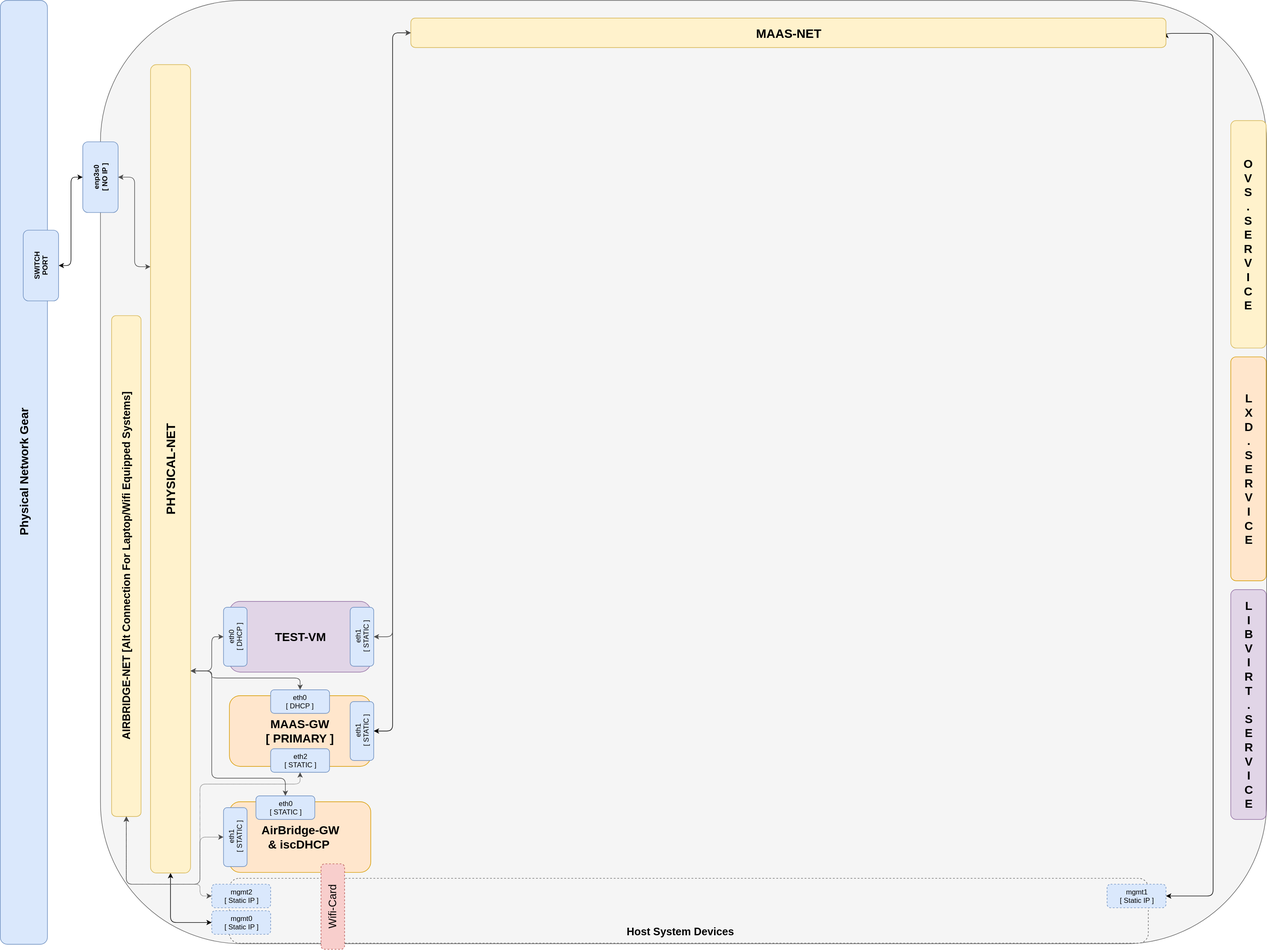
Before: 4_KVM_On_Open_vSwitch/web/drawio/kvm-on-open-vswitch.svg, a diagram exported from draw.io (KathrynMorgan/mini-stack). Source tidied: cells renumbered, new cells last; positions are measured from the earlier drawing's top-left corner, leaving out a move shared by most shapes.
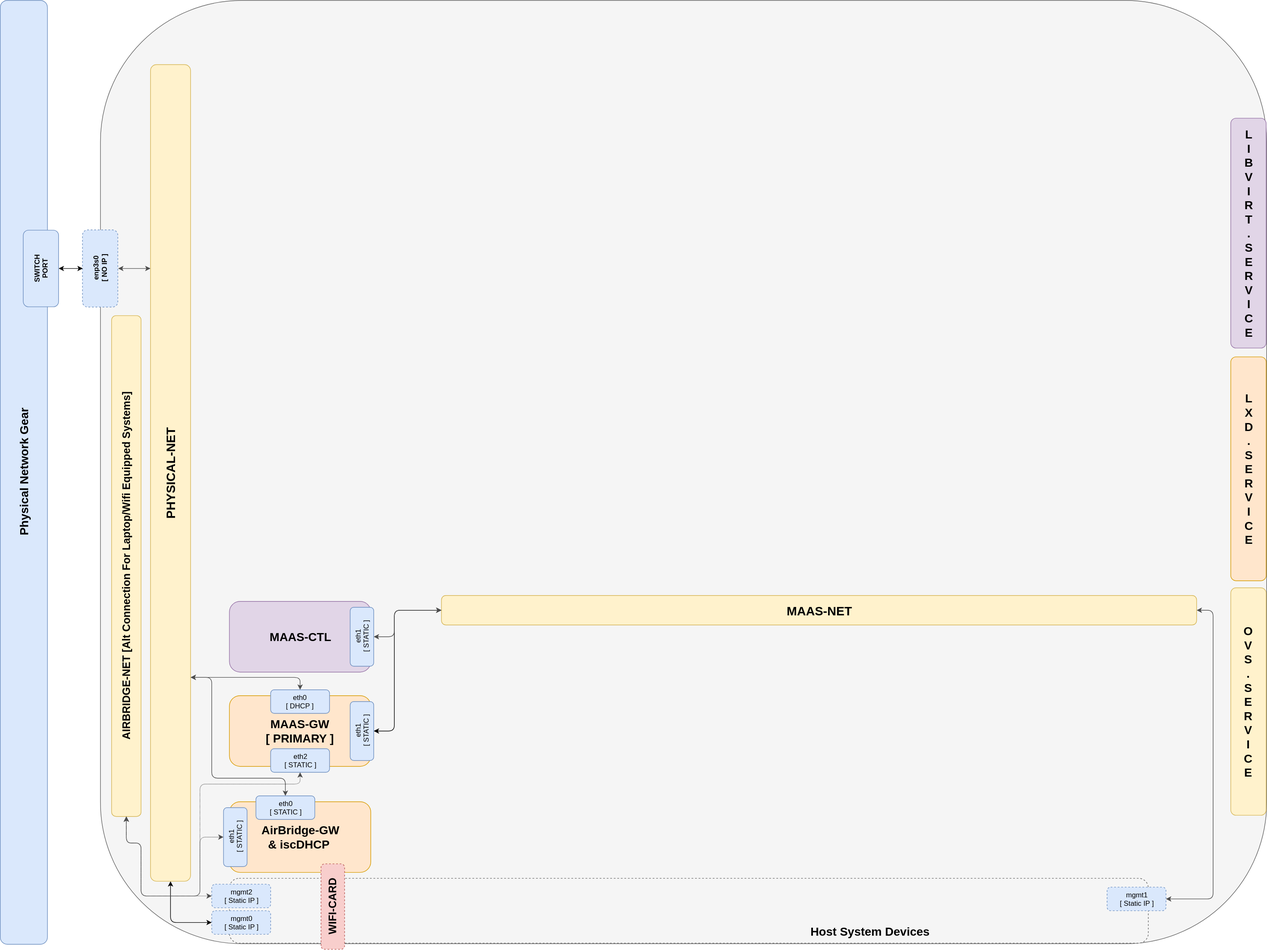
Above is the later version.

What changed in the source:
```diff
@@ -17,22 +17,13 @@
     <mxCell id="6" style="edgeStyle=orthogonalEdgeStyle;rounded=1;html=1;exitX=0.75;exitY=0;entryX=0.5;entryY=0;startArrow=classic;startFill=1;jettySize=auto;strokeColor=#4D4D4D;" parent="1" edge="1" source="8" target="22">
       <mxGeometry relative="1" as="geometry">
         <Array as="points">
-          <mxPoint x="1120" y="1138" />
-          <mxPoint x="1120" y="1150" />
-          <mxPoint x="1270" y="1150" />
+          <mxPoint x="1120" y="1149" />
+          <mxPoint x="1270" y="1149" />
         </Array>
       </mxGeometry>
     </mxCell>
-    <mxCell id="7" style="edgeStyle=orthogonalEdgeStyle;rounded=1;html=1;exitX=0.75;exitY=0;entryX=0.5;entryY=0;startArrow=classic;startFill=1;jettySize=auto;strokeColor=#4D4D4D;" parent="1" edge="1" source="8" target="33">
-      <mxGeometry relative="1" as="geometry">
-        <Array as="points">
-          <mxPoint x="1120" y="1138" />
-          <mxPoint x="1120" y="1080" />
-        </Array>
-      </mxGeometry>
-    </mxCell>
     <mxCell id="8" value="&lt;b&gt;&lt;font style=&quot;font-size: 21px&quot;&gt;PHYSICAL-NET&lt;/font&gt;&lt;/b&gt;" style="rounded=1;whiteSpace=wrap;html=1;fillColor=#fff2cc;strokeColor=#d6b656;direction=west;rotation=-90;" parent="1" vertex="1">
-      <mxGeometry x="364" y="761" width="1372" height="68" as="geometry" />
+      <mxGeometry x="357" y="768" width="1386" height="68" as="geometry" />
     </mxCell>
     <mxCell id="9" style="rounded=1;whiteSpace=wrap;html=1;fontSize=18;fillColor=#f5f5f5;strokeColor=#666666;dashed=1;" parent="1" vertex="1">
       <mxGeometry x="1150" y="1490" width="1560" height="110" as="geometry" />
@@ -40,37 +31,37 @@
     <mxCell id="10" value="mgmt0&lt;br&gt;[ Static IP ]&lt;br&gt;" style="rounded=1;whiteSpace=wrap;html=1;fillColor=#dae8fc;strokeColor=#6c8ebf;dashed=1;" parent="1" vertex="1">
       <mxGeometry x="1120" y="1545" width="100" height="40" as="geometry" />
     </mxCell>
-    <mxCell id="11" value="&lt;b&gt;Host System Devices&lt;br&gt;&lt;/b&gt;" style="text;html=1;strokeColor=none;fillColor=none;align=center;verticalAlign=middle;whiteSpace=wrap;rounded=0;dashed=1;fontSize=18;" parent="1" vertex="1">
-      <mxGeometry x="1790" y="1560" width="250" height="40" as="geometry" />
+    <mxCell id="11" value="&lt;b&gt;&lt;font style=&quot;font-size: 20px&quot;&gt;Host System Devices&lt;/font&gt;&lt;br&gt;&lt;/b&gt;" style="text;html=1;strokeColor=none;fillColor=none;align=center;verticalAlign=middle;whiteSpace=wrap;rounded=0;dashed=1;fontSize=18;" parent="1" vertex="1">
+      <mxGeometry x="2112" y="1560" width="250" height="40" as="geometry" />
     </mxCell>
-    <mxCell id="12" value="&lt;b&gt;enp3s0&lt;br&gt;[ NO IP ]&lt;/b&gt;" style="rounded=1;whiteSpace=wrap;html=1;fillColor=#dae8fc;strokeColor=#6c8ebf;rotation=-90;" parent="1" vertex="1">
-      <mxGeometry x="871" y="270" width="120" height="60" as="geometry" />
+    <mxCell id="12" value="&lt;b&gt;enp3s0&lt;br&gt;[ NO IP ]&lt;/b&gt;" style="rounded=1;whiteSpace=wrap;html=1;fillColor=#dae8fc;strokeColor=#6c8ebf;rotation=-90;dashed=1;" parent="1" vertex="1">
+      <mxGeometry x="865" y="425" width="131" height="60" as="geometry" />
     </mxCell>
     <mxCell id="13" style="edgeStyle=orthogonalEdgeStyle;rounded=1;html=1;exitX=0.5;exitY=1;entryX=0.5;entryY=0;startArrow=classic;startFill=1;jettySize=auto;fontSize=18;" parent="1" edge="1" source="14" target="12">
       <mxGeometry relative="1" as="geometry" />
     </mxCell>
     <mxCell id="14" value="&lt;b&gt;SWITCH&lt;br&gt;PORT&lt;/b&gt;" style="rounded=1;whiteSpace=wrap;html=1;fillColor=#dae8fc;strokeColor=#6c8ebf;rotation=-90;" parent="1" vertex="1">
-      <mxGeometry x="770" y="420" width="120" height="60" as="geometry" />
+      <mxGeometry x="765" y="425" width="130" height="60" as="geometry" />
     </mxCell>
     <mxCell id="15" value="&lt;b style=&quot;font-size: 20px&quot;&gt;O&lt;br&gt;V&lt;br&gt;S&lt;br&gt;.&lt;br&gt;S&lt;br&gt;E&lt;br&gt;R&lt;br&gt;V&lt;br&gt;I&lt;br&gt;C&lt;br&gt;E&lt;/b&gt;" style="rounded=1;whiteSpace=wrap;html=1;fillColor=#fff2cc;strokeColor=#d6b656;rotation=0;" parent="1" vertex="1">
-      <mxGeometry x="2850" y="204" width="60" height="386" as="geometry" />
+      <mxGeometry x="2850" y="997" width="60" height="386" as="geometry" />
     </mxCell>
-    <mxCell id="16" style="edgeStyle=orthogonalEdgeStyle;rounded=1;html=1;exitX=1;exitY=0.5;entryX=1;entryY=0.5;jettySize=auto;startArrow=classic;startFill=1;" parent="1" edge="1" source="17" target="19">
+    <mxCell id="16" style="edgeStyle=orthogonalEdgeStyle;rounded=1;html=1;exitX=1;exitY=0.5;entryX=1;entryY=0.5;startArrow=classic;startFill=1;jettySize=auto;strokeColor=#4D4D4D;" parent="1" edge="1" source="17" target="19">
       <mxGeometry relative="1" as="geometry">
         <Array as="points">
-          <mxPoint x="2820" y="1520" />
-          <mxPoint x="2820" y="56" />
+          <mxPoint x="2820" y="1525" />
+          <mxPoint x="2820" y="1035" />
         </Array>
       </mxGeometry>
     </mxCell>
     <mxCell id="17" value="mgmt1&lt;br&gt;[ Static IP ]&lt;br&gt;" style="rounded=1;whiteSpace=wrap;html=1;fillColor=#dae8fc;strokeColor=#6c8ebf;dashed=1;" parent="1" vertex="1">
-      <mxGeometry x="2640" y="1500" width="100" height="40" as="geometry" />
+      <mxGeometry x="2640" y="1505" width="100" height="40" as="geometry" />
     </mxCell>
     <mxCell id="18" value="&lt;b style=&quot;font-size: 20px&quot;&gt;L&lt;br&gt;X&lt;br&gt;D&lt;br&gt;.&lt;br&gt;S&lt;br&gt;E&lt;br&gt;R&lt;br&gt;V&lt;br&gt;I&lt;br&gt;C&lt;br&gt;E&lt;/b&gt;" style="rounded=1;whiteSpace=wrap;html=1;fillColor=#ffe6cc;strokeColor=#d79b00;rotation=0;" parent="1" vertex="1">
       <mxGeometry x="2850" y="605" width="60" height="380" as="geometry" />
     </mxCell>
     <mxCell id="19" value="&lt;b&gt;&lt;font style=&quot;font-size: 21px&quot;&gt;MAAS-NET&lt;/font&gt;&lt;/b&gt;" style="rounded=1;whiteSpace=wrap;html=1;fillColor=#fff2cc;strokeColor=#d6b656;direction=east;rotation=0;" parent="1" vertex="1">
-      <mxGeometry x="1458" y="30" width="1282" height="50" as="geometry" />
+      <mxGeometry x="1510" y="1010" width="1282" height="50" as="geometry" />
     </mxCell>
     <mxCell id="20" value="&lt;font style=&quot;font-size: 20px&quot;&gt;&lt;b&gt;AirBridge-GW&lt;br&gt;&amp;amp; iscDHCP&amp;nbsp;&lt;br&gt;&lt;/b&gt;&lt;/font&gt;" style="rounded=1;whiteSpace=wrap;html=1;fillColor=#ffe6cc;strokeColor=#d79b00;" parent="1" vertex="1">
       <mxGeometry x="1150" y="1360" width="240" height="120" as="geometry" />
@@ -81,11 +72,16 @@
     <mxCell id="22" value="eth0&lt;br&gt;[ DHCP ]&lt;br&gt;" style="rounded=1;whiteSpace=wrap;html=1;fillColor=#dae8fc;strokeColor=#6c8ebf;rotation=0;" parent="1" vertex="1">
       <mxGeometry x="1220" y="1170" width="100" height="40" as="geometry" />
     </mxCell>
-    <mxCell id="23" value="&lt;font style=&quot;font-size: 18px&quot;&gt;Wifi-Card&lt;/font&gt;" style="rounded=1;whiteSpace=wrap;html=1;fillColor=#f8cecc;strokeColor=#b85450;rotation=-90;dashed=1;" parent="1" vertex="1">
+    <mxCell id="23" value="&lt;font style=&quot;font-size: 18px&quot;&gt;&lt;b&gt;WIFI-CARD&lt;br&gt;&lt;/b&gt;&lt;/font&gt;" style="rounded=1;whiteSpace=wrap;html=1;fillColor=#f8cecc;strokeColor=#b85450;rotation=-90;dashed=1;" parent="1" vertex="1">
       <mxGeometry x="1253" y="1518" width="145" height="40" as="geometry" />
     </mxCell>
     <mxCell id="24" style="edgeStyle=orthogonalEdgeStyle;rounded=1;html=1;exitX=0.5;exitY=1;entryX=0;entryY=0.5;startArrow=classic;startFill=1;jettySize=auto;" parent="1" edge="1" source="25" target="19">
-      <mxGeometry relative="1" as="geometry" />
+      <mxGeometry relative="1" as="geometry">
+        <Array as="points">
+          <mxPoint x="1430" y="1240" />
+          <mxPoint x="1430" y="1035" />
+        </Array>
+      </mxGeometry>
     </mxCell>
     <mxCell id="25" value="eth1&lt;br&gt;[ STATIC ]&lt;br&gt;" style="rounded=1;whiteSpace=wrap;html=1;fillColor=#dae8fc;strokeColor=#6c8ebf;rotation=-90;" parent="1" vertex="1">
       <mxGeometry x="1325" y="1220" width="100" height="40" as="geometry" />
@@ -94,8 +90,10 @@
       <mxGeometry relative="1" as="geometry">
         <Array as="points">
           <mxPoint x="1100" y="1420" />
-          <mxPoint x="1100" y="1500" />
-          <mxPoint x="975" y="1500" />
+          <mxPoint x="1100" y="1520" />
+          <mxPoint x="1000" y="1520" />
+          <mxPoint x="1000" y="1430" />
+          <mxPoint x="975" y="1430" />
         </Array>
       </mxGeometry>
     </mxCell>
@@ -108,26 +106,28 @@
     <mxCell id="29" style="edgeStyle=orthogonalEdgeStyle;rounded=1;html=1;exitX=0;exitY=0.5;entryX=0;entryY=0.5;dashed=1;dashPattern=1 1;startArrow=classic;startFill=1;jettySize=auto;strokeColor=#4D4D4D;" parent="1" edge="1" source="30" target="28">
       <mxGeometry relative="1" as="geometry">
         <Array as="points">
-          <mxPoint x="1100" y="1520" />
-          <mxPoint x="1100" y="1500" />
-          <mxPoint x="975" y="1500" />
+          <mxPoint x="1000" y="1520" />
+          <mxPoint x="1000" y="1430" />
+          <mxPoint x="975" y="1430" />
         </Array>
       </mxGeometry>
     </mxCell>
     <mxCell id="30" value="mgmt2&lt;br&gt;[ Static IP ]&lt;br&gt;" style="rounded=1;whiteSpace=wrap;html=1;fillColor=#dae8fc;strokeColor=#6c8ebf;dashed=1;" parent="1" vertex="1">
       <mxGeometry x="1120" y="1500" width="100" height="40" as="geometry" />
     </mxCell>
-    <mxCell id="31" value="&lt;b&gt;&lt;font style=&quot;font-size: 20px&quot;&gt;TEST-VM&lt;br&gt;&lt;/font&gt;&lt;/b&gt;" style="rounded=1;whiteSpace=wrap;html=1;fillColor=#e1d5e7;strokeColor=#9673a6;" parent="1" vertex="1">
+    <mxCell id="31" value="&lt;b&gt;&lt;font style=&quot;font-size: 20px&quot;&gt;MAAS-CTL&lt;br&gt;&lt;/font&gt;&lt;/b&gt;" style="rounded=1;whiteSpace=wrap;html=1;fillColor=#e1d5e7;strokeColor=#9673a6;" parent="1" vertex="1">
       <mxGeometry x="1150" y="1020" width="240" height="120" as="geometry" />
     </mxCell>
     <mxCell id="32" value="&lt;b style=&quot;font-size: 20px&quot;&gt;&lt;span&gt;L&lt;br&gt;&lt;/span&gt;I&lt;br&gt;B&lt;br&gt;V&lt;br&gt;I&lt;br&gt;R&lt;br&gt;T&lt;br&gt;.&lt;br&gt;S&lt;br&gt;E&lt;br&gt;R&lt;br&gt;V&lt;br&gt;I&lt;br&gt;C&lt;br&gt;E&lt;/b&gt;&lt;br&gt;" style="rounded=1;whiteSpace=wrap;html=1;fillColor=#e1d5e7;strokeColor=#9673a6;rotation=0;" parent="1" vertex="1">
-      <mxGeometry x="2850" y="1000" width="60" height="390" as="geometry" />
+      <mxGeometry x="2850" y="200" width="60" height="390" as="geometry" />
     </mxCell>
-    <mxCell id="33" value="eth0&lt;br&gt;[ DHCP ]&lt;br&gt;" style="rounded=1;whiteSpace=wrap;html=1;fillColor=#dae8fc;strokeColor=#6c8ebf;rotation=-90;" parent="1" vertex="1">
-      <mxGeometry x="1110" y="1060" width="100" height="40" as="geometry" />
-    </mxCell>
     <mxCell id="34" style="edgeStyle=orthogonalEdgeStyle;rounded=1;html=1;exitX=0.5;exitY=1;entryX=0;entryY=0.5;startArrow=classic;startFill=1;jettySize=auto;strokeColor=#4D4D4D;" parent="1" edge="1" source="35" target="19">
-      <mxGeometry relative="1" as="geometry" />
+      <mxGeometry relative="1" as="geometry">
+        <Array as="points">
+          <mxPoint x="1430" y="1080" />
+          <mxPoint x="1430" y="1035" />
+        </Array>
+      </mxGeometry>
     </mxCell>
     <mxCell id="35" value="eth1&lt;br&gt;[ STATIC ]&lt;br&gt;" style="rounded=1;whiteSpace=wrap;html=1;fillColor=#dae8fc;strokeColor=#6c8ebf;rotation=-90;" parent="1" vertex="1">
       <mxGeometry x="1325" y="1060" width="100" height="40" as="geometry" />
@@ -137,8 +137,10 @@
         <Array as="points">
           <mxPoint x="1270" y="1330" />
           <mxPoint x="1100" y="1330" />
-          <mxPoint x="1100" y="1500" />
-          <mxPoint x="975" y="1500" />
+          <mxPoint x="1100" y="1520" />
+          <mxPoint x="1000" y="1520" />
+          <mxPoint x="1000" y="1430" />
+          <mxPoint x="975" y="1430" />
         </Array>
       </mxGeometry>
     </mxCell>
@@ -150,7 +152,7 @@
         <Array as="points">
           <mxPoint x="1245" y="1320" />
           <mxPoint x="1120" y="1320" />
-          <mxPoint x="1120" y="1138" />
+          <mxPoint x="1120" y="1149" />
         </Array>
       </mxGeometry>
     </mxCell>
```
